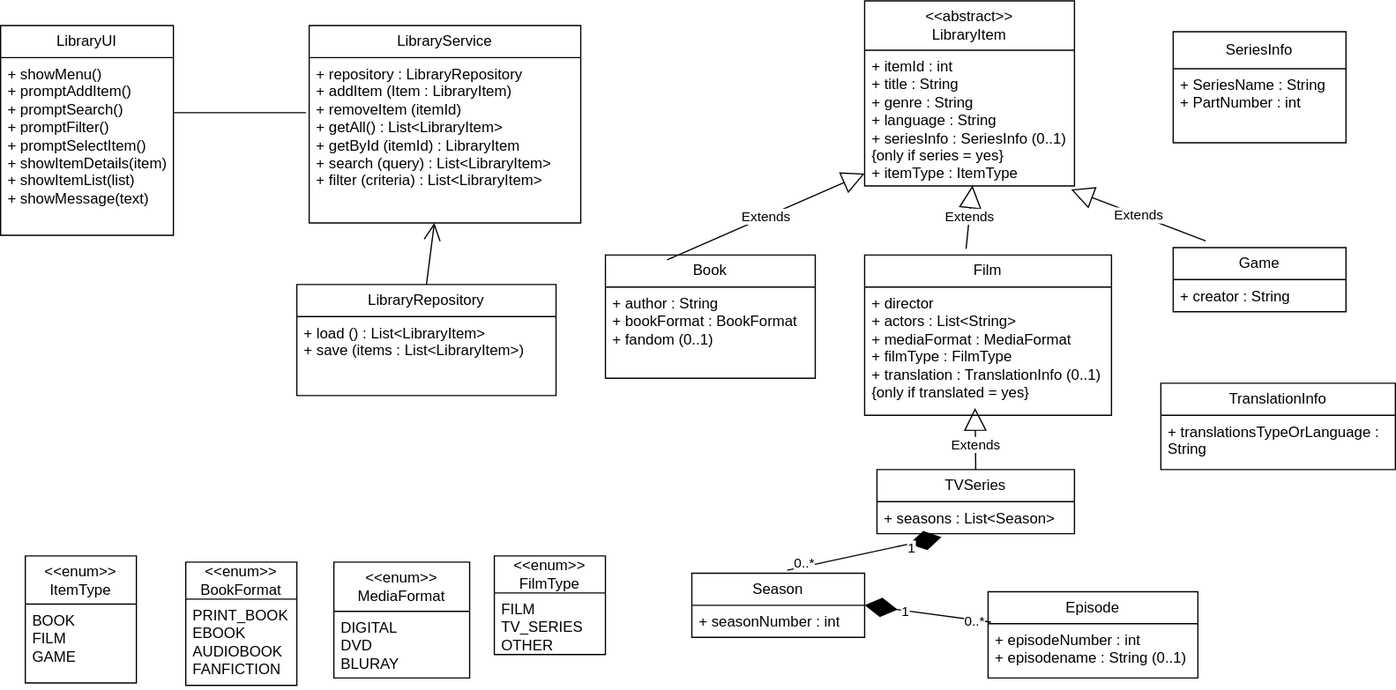
Above: src/Library_Classdiagram.svg in linber74/personal_library_manager (draw.io), before the change. Source tidied: cells renumbered, new cells last; positions are measured from the earlier drawing's top-left corner, leaving out a move shared by most shapes.
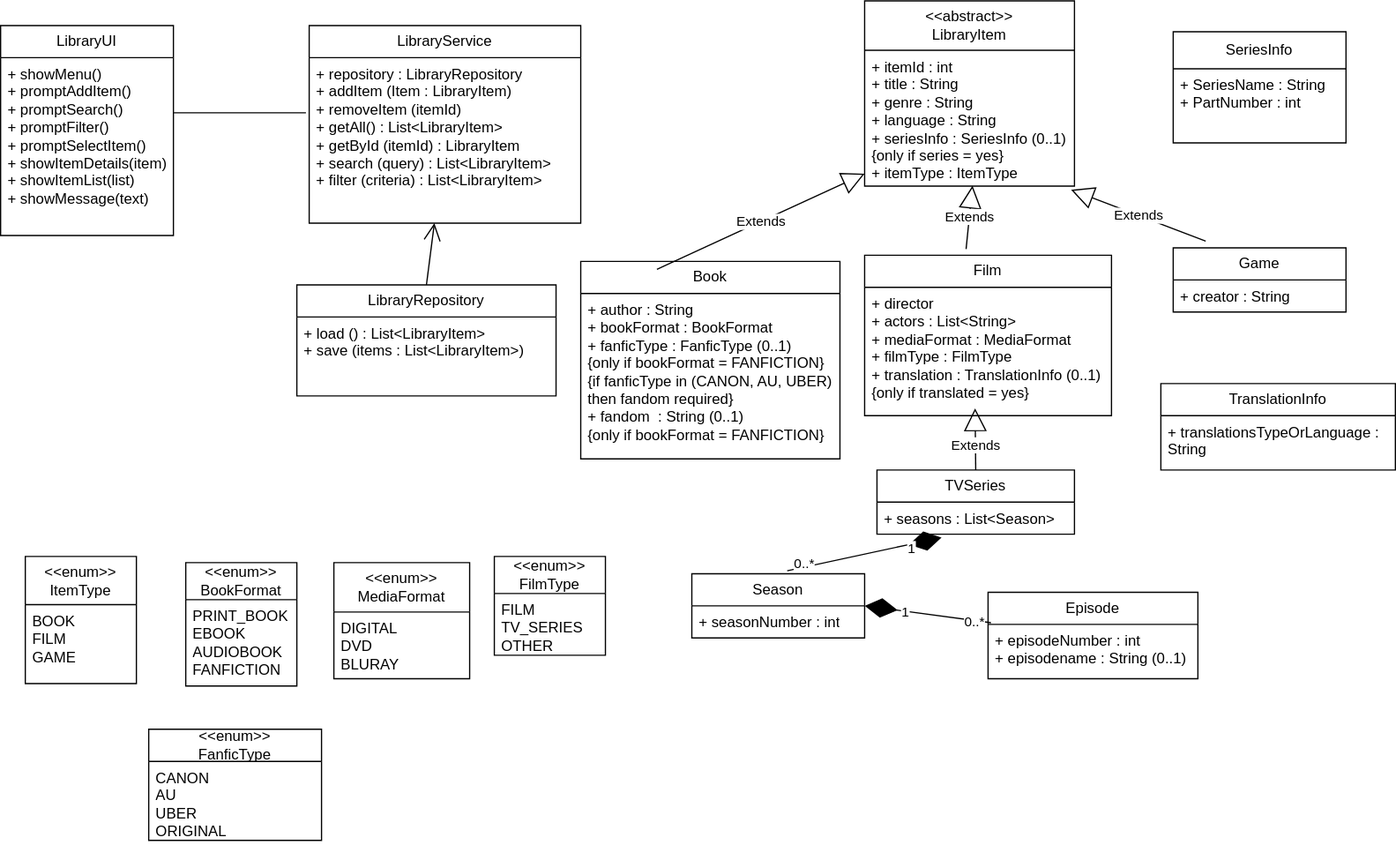
Above is the later version.

Commit message:
created Book, Game FanFicType, made changes in class-diagram

The edit, as a diff of the source:
```diff
@@ -27,10 +27,10 @@
       <mxGeometry y="40" width="170" height="110" as="geometry" />
     </mxCell>
     <mxCell id="10" value="Book" style="swimlane;fontStyle=0;horizontal=1;startSize=26;fillColor=none;whiteSpace=wrap;html=1;" parent="1" vertex="1">
-      <mxGeometry x="490" y="206" width="170" height="100" as="geometry" />
+      <mxGeometry x="470" y="211" width="210" height="160" as="geometry" />
     </mxCell>
-    <mxCell id="11" value="+ author : String&lt;br&gt;+ bookFormat : BookFormat&lt;br&gt;+ fandom (0..1)" style="text;strokeColor=none;fillColor=none;align=left;verticalAlign=top;spacingLeft=4;spacingRight=4;overflow=hidden;whiteSpace=wrap;html=1;" parent="10" vertex="1">
-      <mxGeometry y="26" width="170" height="74" as="geometry" />
+    <mxCell id="11" value="+ author : String&lt;br&gt;+ bookFormat : BookFormat&lt;br&gt;+ fanficType : FanficType (0..1)&lt;br&gt;{only if bookFormat = FANFICTION}&lt;br&gt;{if fanficType in (CANON, AU, UBER) then fandom required}&lt;br&gt;+ fandom&amp;nbsp; : String (0..1)&lt;br style=&quot;border-color: rgb(218, 220, 224);&quot;&gt;{only if bookFormat = FANFICTION}" style="text;strokeColor=none;fillColor=none;align=left;verticalAlign=top;spacingLeft=4;spacingRight=4;overflow=hidden;whiteSpace=wrap;html=1;" parent="10" vertex="1">
+      <mxGeometry y="26" width="210" height="134" as="geometry" />
     </mxCell>
     <mxCell id="12" value="Film" style="swimlane;fontStyle=0;horizontal=1;startSize=26;fillColor=none;whiteSpace=wrap;html=1;" parent="1" vertex="1">
       <mxGeometry x="700" y="206" width="200" height="130" as="geometry" />
@@ -139,5 +139,11 @@
     <mxCell id="45" style="endArrow=none;html=1;edgeStyle=orthogonalEdgeStyle;rounded=0;exitX=-0.012;exitY=0.333;exitDx=0;exitDy=0;exitPerimeter=0;entryX=1;entryY=0.31;entryDx=0;entryDy=0;entryPerimeter=0;" parent="1" edge="1" source="5" target="3">
       <mxGeometry relative="1" as="geometry" />
     </mxCell>
+    <mxCell id="46" value="&amp;lt;&amp;lt;enum&amp;gt;&amp;gt;&lt;br&gt;FanficType" style="swimlane;fontStyle=0;horizontal=1;startSize=26;fillColor=none;whiteSpace=wrap;html=1;" parent="1" vertex="1">
+      <mxGeometry x="120" y="590" width="140" height="90" as="geometry" />
+    </mxCell>
+    <mxCell id="47" value="CANON&lt;br&gt;AU&lt;br&gt;UBER&lt;br&gt;ORIGINAL" style="text;strokeColor=none;fillColor=none;align=left;verticalAlign=top;spacingLeft=4;spacingRight=4;overflow=hidden;whiteSpace=wrap;html=1;" parent="46" vertex="1">
+      <mxGeometry y="26" width="140" height="64" as="geometry" />
+    </mxCell>
   </root>
 </mxGraphModel>
```
